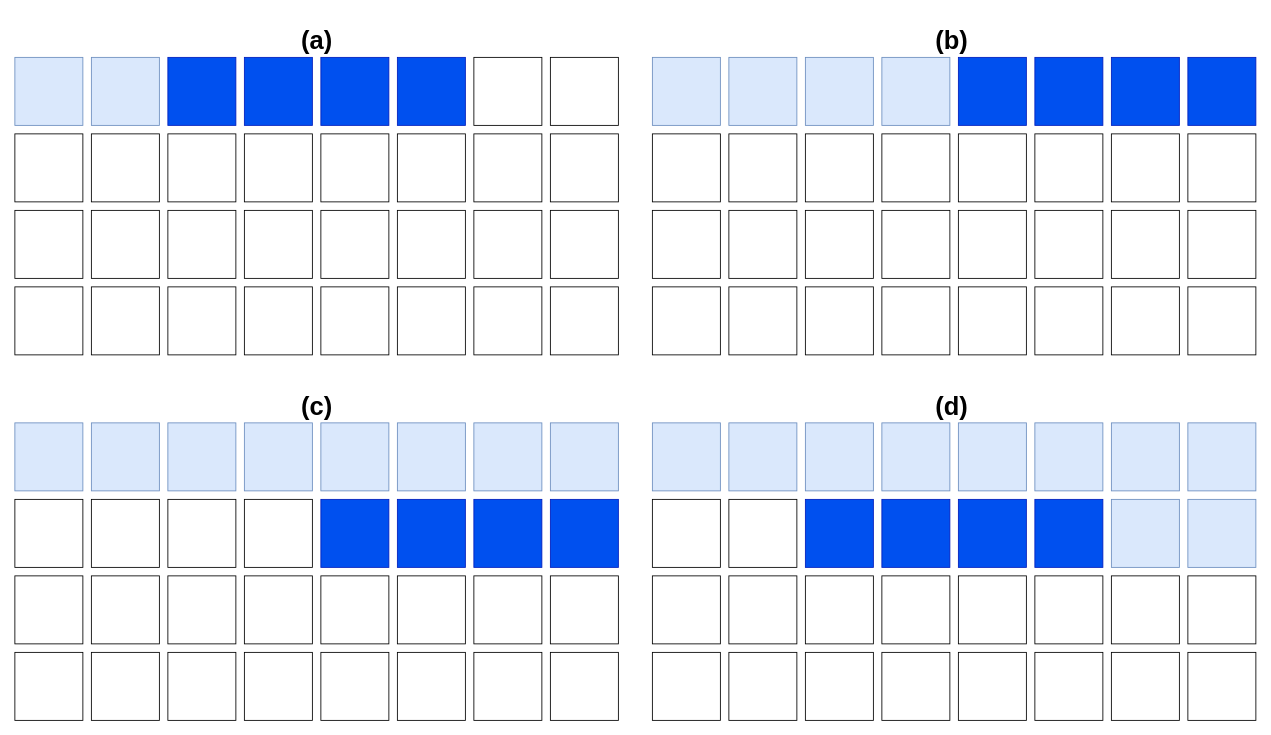
Mast3rwaf1z/p4 keeps this draw.io diagram as figures/pushbroom.drawio. Above is the earlier version. Source tidied: cells renumbered, new cells numbered last; positions are measured from the earlier drawing's top-left corner, leaving out a move shared by most shapes. Both pictures are drawn from the tidied source at 85%, with x=0, y=0 at pixel (14, 14).
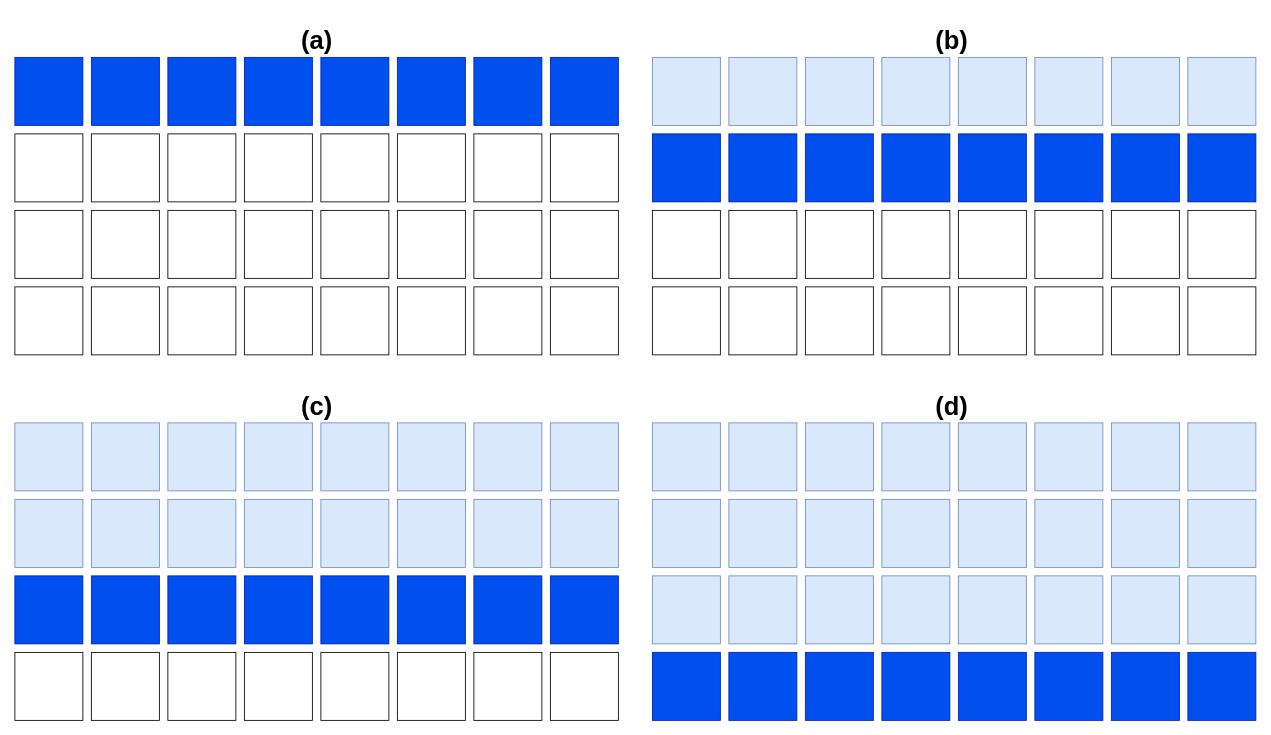
Above is the later version.

Diff of the diagram source:
```diff
@@
-    <mxCell id="2" style="whiteSpace=wrap;html=1;fillColor=#dae8fc;strokeColor=#6c8ebf;" parent="1" vertex="1">
+    <mxCell id="2" style="whiteSpace=wrap;html=1;fillColor=#0050ef;fontColor=#ffffff;strokeColor=#001DBC;" parent="1" vertex="1">
       <mxGeometry y="50" width="80" height="80" as="geometry" />
     </mxCell>
-    <mxCell id="3" style="whiteSpace=wrap;html=1;fillColor=#dae8fc;strokeColor=#6c8ebf;" parent="1" vertex="1">
+    <mxCell id="3" style="whiteSpace=wrap;html=1;fillColor=#0050ef;fontColor=#ffffff;strokeColor=#001DBC;" parent="1" vertex="1">
       <mxGeometry x="90" y="50" width="80" height="80" as="geometry" />
     </mxCell>
-    <mxCell id="4" style="whiteSpace=wrap;html=1;fillColor=#0050ef;strokeColor=#001DBC;fontColor=#ffffff;" parent="1" vertex="1">
+    <mxCell id="4" style="whiteSpace=wrap;html=1;fillColor=#0050ef;fontColor=#ffffff;strokeColor=#001DBC;" parent="1" vertex="1">
       <mxGeometry x="180" y="50" width="80" height="80" as="geometry" />
     </mxCell>
-    <mxCell id="5" style="whiteSpace=wrap;html=1;fillColor=#0050ef;strokeColor=#001DBC;fontColor=#ffffff;" parent="1" vertex="1">
+    <mxCell id="5" style="whiteSpace=wrap;html=1;fillColor=#0050ef;fontColor=#ffffff;strokeColor=#001DBC;" parent="1" vertex="1">
       <mxGeometry x="270" y="50" width="80" height="80" as="geometry" />
     </mxCell>
@@
-    <mxCell id="8" style="whiteSpace=wrap;html=1;" parent="1" vertex="1">
+    <mxCell id="8" style="whiteSpace=wrap;html=1;fillColor=#0050ef;fontColor=#ffffff;strokeColor=#001DBC;" parent="1" vertex="1">
       <mxGeometry x="540" y="50" width="80" height="80" as="geometry" />
     </mxCell>
-    <mxCell id="9" style="whiteSpace=wrap;html=1;" parent="1" vertex="1">
+    <mxCell id="9" style="whiteSpace=wrap;html=1;fillColor=#0050ef;fontColor=#ffffff;strokeColor=#001DBC;" parent="1" vertex="1">
       <mxGeometry x="630" y="50" width="80" height="80" as="geometry" />
     </mxCell>
@@
-    <mxCell id="38" style="whiteSpace=wrap;html=1;fillColor=#0050ef;strokeColor=#001DBC;fontColor=#ffffff;" parent="1" vertex="1">
+    <mxCell id="38" style="whiteSpace=wrap;html=1;fillColor=#dae8fc;strokeColor=#6c8ebf;" parent="1" vertex="1">
       <mxGeometry x="1110" y="50" width="80" height="80" as="geometry" />
     </mxCell>
-    <mxCell id="39" style="whiteSpace=wrap;html=1;fillColor=#0050ef;strokeColor=#001DBC;fontColor=#ffffff;" parent="1" vertex="1">
+    <mxCell id="39" style="whiteSpace=wrap;html=1;fillColor=#dae8fc;strokeColor=#6c8ebf;" parent="1" vertex="1">
       <mxGeometry x="1200" y="50" width="80" height="80" as="geometry" />
     </mxCell>
-    <mxCell id="40" style="whiteSpace=wrap;html=1;fillColor=#0050ef;strokeColor=#001DBC;fontColor=#ffffff;" parent="1" vertex="1">
+    <mxCell id="40" style="whiteSpace=wrap;html=1;fillColor=#dae8fc;strokeColor=#6c8ebf;" parent="1" vertex="1">
       <mxGeometry x="1290" y="50" width="80" height="80" as="geometry" />
     </mxCell>
-    <mxCell id="41" style="whiteSpace=wrap;html=1;fillColor=#0050ef;strokeColor=#001DBC;fontColor=#ffffff;" parent="1" vertex="1">
+    <mxCell id="41" style="whiteSpace=wrap;html=1;fillColor=#dae8fc;strokeColor=#6c8ebf;" parent="1" vertex="1">
       <mxGeometry x="1380" y="50" width="80" height="80" as="geometry" />
     </mxCell>
-    <mxCell id="42" style="whiteSpace=wrap;html=1;" parent="1" vertex="1">
+    <mxCell id="42" style="whiteSpace=wrap;html=1;fillColor=#0050ef;fontColor=#ffffff;strokeColor=#001DBC;" parent="1" vertex="1">
       <mxGeometry x="750" y="140" width="80" height="80" as="geometry" />
     </mxCell>
-    <mxCell id="43" style="whiteSpace=wrap;html=1;" parent="1" vertex="1">
+    <mxCell id="43" style="whiteSpace=wrap;html=1;fillColor=#0050ef;fontColor=#ffffff;strokeColor=#001DBC;" parent="1" vertex="1">
       <mxGeometry x="840" y="140" width="80" height="80" as="geometry" />
     </mxCell>
-    <mxCell id="44" style="whiteSpace=wrap;html=1;" parent="1" vertex="1">
+    <mxCell id="44" style="whiteSpace=wrap;html=1;fillColor=#0050ef;fontColor=#ffffff;strokeColor=#001DBC;" parent="1" vertex="1">
       <mxGeometry x="930" y="140" width="80" height="80" as="geometry" />
     </mxCell>
-    <mxCell id="45" style="whiteSpace=wrap;html=1;" parent="1" vertex="1">
+    <mxCell id="45" style="whiteSpace=wrap;html=1;fillColor=#0050ef;fontColor=#ffffff;strokeColor=#001DBC;" parent="1" vertex="1">
       <mxGeometry x="1020" y="140" width="80" height="80" as="geometry" />
     </mxCell>
-    <mxCell id="46" style="whiteSpace=wrap;html=1;" parent="1" vertex="1">
+    <mxCell id="46" style="whiteSpace=wrap;html=1;fillColor=#0050ef;fontColor=#ffffff;strokeColor=#001DBC;" parent="1" vertex="1">
       <mxGeometry x="1110" y="140" width="80" height="80" as="geometry" />
     </mxCell>
-    <mxCell id="47" style="whiteSpace=wrap;html=1;" parent="1" vertex="1">
+    <mxCell id="47" style="whiteSpace=wrap;html=1;fillColor=#0050ef;fontColor=#ffffff;strokeColor=#001DBC;" parent="1" vertex="1">
       <mxGeometry x="1200" y="140" width="80" height="80" as="geometry" />
     </mxCell>
-    <mxCell id="48" style="whiteSpace=wrap;html=1;" parent="1" vertex="1">
+    <mxCell id="48" style="whiteSpace=wrap;html=1;fillColor=#0050ef;fontColor=#ffffff;strokeColor=#001DBC;" parent="1" vertex="1">
       <mxGeometry x="1290" y="140" width="80" height="80" as="geometry" />
     </mxCell>
-    <mxCell id="49" style="whiteSpace=wrap;html=1;" parent="1" vertex="1">
+    <mxCell id="49" style="whiteSpace=wrap;html=1;fillColor=#0050ef;fontColor=#ffffff;strokeColor=#001DBC;" parent="1" vertex="1">
       <mxGeometry x="1380" y="140" width="80" height="80" as="geometry" />
     </mxCell>
@@
-    <mxCell id="74" style="whiteSpace=wrap;html=1;" parent="1" vertex="1">
+    <mxCell id="74" style="whiteSpace=wrap;html=1;fillColor=#dae8fc;strokeColor=#6c8ebf;" parent="1" vertex="1">
       <mxGeometry y="570" width="80" height="80" as="geometry" />
     </mxCell>
-    <mxCell id="75" style="whiteSpace=wrap;html=1;" parent="1" vertex="1">
+    <mxCell id="75" style="whiteSpace=wrap;html=1;fillColor=#dae8fc;strokeColor=#6c8ebf;" parent="1" vertex="1">
       <mxGeometry x="90" y="570" width="80" height="80" as="geometry" />
     </mxCell>
-    <mxCell id="76" style="whiteSpace=wrap;html=1;" parent="1" vertex="1">
+    <mxCell id="76" style="whiteSpace=wrap;html=1;fillColor=#dae8fc;strokeColor=#6c8ebf;" parent="1" vertex="1">
       <mxGeometry x="180" y="570" width="80" height="80" as="geometry" />
     </mxCell>
-    <mxCell id="77" style="whiteSpace=wrap;html=1;" parent="1" vertex="1">
+    <mxCell id="77" style="whiteSpace=wrap;html=1;fillColor=#dae8fc;strokeColor=#6c8ebf;" parent="1" vertex="1">
       <mxGeometry x="270" y="570" width="80" height="80" as="geometry" />
     </mxCell>
-    <mxCell id="78" style="whiteSpace=wrap;html=1;fillColor=#0050ef;fontColor=#ffffff;strokeColor=#001DBC;" parent="1" vertex="1">
+    <mxCell id="78" style="whiteSpace=wrap;html=1;fillColor=#dae8fc;strokeColor=#6c8ebf;" parent="1" vertex="1">
       <mxGeometry x="360" y="570" width="80" height="80" as="geometry" />
     </mxCell>
-    <mxCell id="79" style="whiteSpace=wrap;html=1;fillColor=#0050ef;fontColor=#ffffff;strokeColor=#001DBC;" parent="1" vertex="1">
+    <mxCell id="79" style="whiteSpace=wrap;html=1;fillColor=#dae8fc;strokeColor=#6c8ebf;" parent="1" vertex="1">
       <mxGeometry x="450" y="570" width="80" height="80" as="geometry" />
     </mxCell>
-    <mxCell id="80" style="whiteSpace=wrap;html=1;fillColor=#0050ef;fontColor=#ffffff;strokeColor=#001DBC;" parent="1" vertex="1">
+    <mxCell id="80" style="whiteSpace=wrap;html=1;fillColor=#dae8fc;strokeColor=#6c8ebf;" parent="1" vertex="1">
       <mxGeometry x="540" y="570" width="80" height="80" as="geometry" />
     </mxCell>
-    <mxCell id="81" style="whiteSpace=wrap;html=1;fillColor=#0050ef;fontColor=#ffffff;strokeColor=#001DBC;" parent="1" vertex="1">
+    <mxCell id="81" style="whiteSpace=wrap;html=1;fillColor=#dae8fc;strokeColor=#6c8ebf;" parent="1" vertex="1">
       <mxGeometry x="630" y="570" width="80" height="80" as="geometry" />
     </mxCell>
-    <mxCell id="82" style="whiteSpace=wrap;html=1;" parent="1" vertex="1">
+    <mxCell id="82" style="whiteSpace=wrap;html=1;fillColor=#0050ef;fontColor=#ffffff;strokeColor=#001DBC;" parent="1" vertex="1">
       <mxGeometry y="660" width="80" height="80" as="geometry" />
     </mxCell>
-    <mxCell id="83" style="whiteSpace=wrap;html=1;" parent="1" vertex="1">
+    <mxCell id="83" style="whiteSpace=wrap;html=1;fillColor=#0050ef;fontColor=#ffffff;strokeColor=#001DBC;" parent="1" vertex="1">
       <mxGeometry x="90" y="660" width="80" height="80" as="geometry" />
     </mxCell>
-    <mxCell id="84" style="whiteSpace=wrap;html=1;" parent="1" vertex="1">
+    <mxCell id="84" style="whiteSpace=wrap;html=1;fillColor=#0050ef;fontColor=#ffffff;strokeColor=#001DBC;" parent="1" vertex="1">
       <mxGeometry x="180" y="660" width="80" height="80" as="geometry" />
     </mxCell>
-    <mxCell id="85" style="whiteSpace=wrap;html=1;" parent="1" vertex="1">
+    <mxCell id="85" style="whiteSpace=wrap;html=1;fillColor=#0050ef;fontColor=#ffffff;strokeColor=#001DBC;" parent="1" vertex="1">
       <mxGeometry x="270" y="660" width="80" height="80" as="geometry" />
     </mxCell>
-    <mxCell id="86" style="whiteSpace=wrap;html=1;" parent="1" vertex="1">
+    <mxCell id="86" style="whiteSpace=wrap;html=1;fillColor=#0050ef;fontColor=#ffffff;strokeColor=#001DBC;" parent="1" vertex="1">
       <mxGeometry x="360" y="660" width="80" height="80" as="geometry" />
     </mxCell>
-    <mxCell id="87" style="whiteSpace=wrap;html=1;" parent="1" vertex="1">
+    <mxCell id="87" style="whiteSpace=wrap;html=1;fillColor=#0050ef;fontColor=#ffffff;strokeColor=#001DBC;" parent="1" vertex="1">
       <mxGeometry x="450" y="660" width="80" height="80" as="geometry" />
     </mxCell>
-    <mxCell id="88" style="whiteSpace=wrap;html=1;" parent="1" vertex="1">
+    <mxCell id="88" style="whiteSpace=wrap;html=1;fillColor=#0050ef;fontColor=#ffffff;strokeColor=#001DBC;" parent="1" vertex="1">
       <mxGeometry x="540" y="660" width="80" height="80" as="geometry" />
     </mxCell>
-    <mxCell id="89" style="whiteSpace=wrap;html=1;" parent="1" vertex="1">
+    <mxCell id="89" style="whiteSpace=wrap;html=1;fillColor=#0050ef;fontColor=#ffffff;strokeColor=#001DBC;" parent="1" vertex="1">
       <mxGeometry x="630" y="660" width="80" height="80" as="geometry" />
     </mxCell>
@@
-    <mxCell id="106" style="whiteSpace=wrap;html=1;" parent="1" vertex="1">
+    <mxCell id="106" style="whiteSpace=wrap;html=1;fillColor=#dae8fc;strokeColor=#6c8ebf;" parent="1" vertex="1">
       <mxGeometry x="750" y="570" width="80" height="80" as="geometry" />
     </mxCell>
-    <mxCell id="107" style="whiteSpace=wrap;html=1;" parent="1" vertex="1">
+    <mxCell id="107" style="whiteSpace=wrap;html=1;fillColor=#dae8fc;strokeColor=#6c8ebf;" parent="1" vertex="1">
       <mxGeometry x="840" y="570" width="80" height="80" as="geometry" />
     </mxCell>
-    <mxCell id="108" style="whiteSpace=wrap;html=1;fillColor=#0050ef;fontColor=#ffffff;strokeColor=#001DBC;" parent="1" vertex="1">
+    <mxCell id="108" style="whiteSpace=wrap;html=1;fillColor=#dae8fc;strokeColor=#6c8ebf;" parent="1" vertex="1">
       <mxGeometry x="930" y="570" width="80" height="80" as="geometry" />
     </mxCell>
-    <mxCell id="109" style="whiteSpace=wrap;html=1;fillColor=#0050ef;fontColor=#ffffff;strokeColor=#001DBC;" parent="1" vertex="1">
+    <mxCell id="109" style="whiteSpace=wrap;html=1;fillColor=#dae8fc;strokeColor=#6c8ebf;" parent="1" vertex="1">
       <mxGeometry x="1020" y="570" width="80" height="80" as="geometry" />
     </mxCell>
-    <mxCell id="110" style="whiteSpace=wrap;html=1;fillColor=#0050ef;fontColor=#ffffff;strokeColor=#001DBC;" parent="1" vertex="1">
+    <mxCell id="110" style="whiteSpace=wrap;html=1;fillColor=#dae8fc;strokeColor=#6c8ebf;" parent="1" vertex="1">
       <mxGeometry x="1110" y="570" width="80" height="80" as="geometry" />
     </mxCell>
-    <mxCell id="111" style="whiteSpace=wrap;html=1;fillColor=#0050ef;fontColor=#ffffff;strokeColor=#001DBC;" parent="1" vertex="1">
+    <mxCell id="111" style="whiteSpace=wrap;html=1;fillColor=#dae8fc;strokeColor=#6c8ebf;" parent="1" vertex="1">
       <mxGeometry x="1200" y="570" width="80" height="80" as="geometry" />
     </mxCell>
@@
-    <mxCell id="114" style="whiteSpace=wrap;html=1;" parent="1" vertex="1">
+    <mxCell id="114" style="whiteSpace=wrap;html=1;fillColor=#dae8fc;strokeColor=#6c8ebf;" parent="1" vertex="1">
       <mxGeometry x="750" y="660" width="80" height="80" as="geometry" />
     </mxCell>
-    <mxCell id="115" style="whiteSpace=wrap;html=1;" parent="1" vertex="1">
+    <mxCell id="115" style="whiteSpace=wrap;html=1;fillColor=#dae8fc;strokeColor=#6c8ebf;" parent="1" vertex="1">
       <mxGeometry x="840" y="660" width="80" height="80" as="geometry" />
     </mxCell>
-    <mxCell id="116" style="whiteSpace=wrap;html=1;" parent="1" vertex="1">
+    <mxCell id="116" style="whiteSpace=wrap;html=1;fillColor=#dae8fc;strokeColor=#6c8ebf;" parent="1" vertex="1">
       <mxGeometry x="930" y="660" width="80" height="80" as="geometry" />
     </mxCell>
-    <mxCell id="117" style="whiteSpace=wrap;html=1;" parent="1" vertex="1">
+    <mxCell id="117" style="whiteSpace=wrap;html=1;fillColor=#dae8fc;strokeColor=#6c8ebf;" parent="1" vertex="1">
       <mxGeometry x="1020" y="660" width="80" height="80" as="geometry" />
     </mxCell>
-    <mxCell id="118" style="whiteSpace=wrap;html=1;" parent="1" vertex="1">
+    <mxCell id="118" style="whiteSpace=wrap;html=1;fillColor=#dae8fc;strokeColor=#6c8ebf;" parent="1" vertex="1">
       <mxGeometry x="1110" y="660" width="80" height="80" as="geometry" />
     </mxCell>
-    <mxCell id="119" style="whiteSpace=wrap;html=1;" parent="1" vertex="1">
+    <mxCell id="119" style="whiteSpace=wrap;html=1;fillColor=#dae8fc;strokeColor=#6c8ebf;" parent="1" vertex="1">
       <mxGeometry x="1200" y="660" width="80" height="80" as="geometry" />
     </mxCell>
-    <mxCell id="120" style="whiteSpace=wrap;html=1;" parent="1" vertex="1">
+    <mxCell id="120" style="whiteSpace=wrap;html=1;fillColor=#dae8fc;strokeColor=#6c8ebf;" parent="1" vertex="1">
       <mxGeometry x="1290" y="660" width="80" height="80" as="geometry" />
     </mxCell>
-    <mxCell id="121" style="whiteSpace=wrap;html=1;" parent="1" vertex="1">
+    <mxCell id="121" style="whiteSpace=wrap;html=1;fillColor=#dae8fc;strokeColor=#6c8ebf;" parent="1" vertex="1">
       <mxGeometry x="1380" y="660" width="80" height="80" as="geometry" />
     </mxCell>
-    <mxCell id="122" style="whiteSpace=wrap;html=1;" parent="1" vertex="1">
+    <mxCell id="122" style="whiteSpace=wrap;html=1;fillColor=#0050ef;fontColor=#ffffff;strokeColor=#001DBC;" parent="1" vertex="1">
       <mxGeometry x="750" y="750" width="80" height="80" as="geometry" />
     </mxCell>
-    <mxCell id="123" style="whiteSpace=wrap;html=1;" parent="1" vertex="1">
+    <mxCell id="123" style="whiteSpace=wrap;html=1;fillColor=#0050ef;fontColor=#ffffff;strokeColor=#001DBC;" parent="1" vertex="1">
       <mxGeometry x="840" y="750" width="80" height="80" as="geometry" />
     </mxCell>
-    <mxCell id="124" style="whiteSpace=wrap;html=1;" parent="1" vertex="1">
+    <mxCell id="124" style="whiteSpace=wrap;html=1;fillColor=#0050ef;fontColor=#ffffff;strokeColor=#001DBC;" parent="1" vertex="1">
       <mxGeometry x="930" y="750" width="80" height="80" as="geometry" />
     </mxCell>
-    <mxCell id="125" style="whiteSpace=wrap;html=1;" parent="1" vertex="1">
+    <mxCell id="125" style="whiteSpace=wrap;html=1;fillColor=#0050ef;fontColor=#ffffff;strokeColor=#001DBC;" parent="1" vertex="1">
       <mxGeometry x="1020" y="750" width="80" height="80" as="geometry" />
     </mxCell>
-    <mxCell id="126" style="whiteSpace=wrap;html=1;" parent="1" vertex="1">
+    <mxCell id="126" style="whiteSpace=wrap;html=1;fillColor=#0050ef;fontColor=#ffffff;strokeColor=#001DBC;" parent="1" vertex="1">
       <mxGeometry x="1110" y="750" width="80" height="80" as="geometry" />
     </mxCell>
-    <mxCell id="127" style="whiteSpace=wrap;html=1;" parent="1" vertex="1">
+    <mxCell id="127" style="whiteSpace=wrap;html=1;fillColor=#0050ef;fontColor=#ffffff;strokeColor=#001DBC;" parent="1" vertex="1">
       <mxGeometry x="1200" y="750" width="80" height="80" as="geometry" />
     </mxCell>
-    <mxCell id="128" style="whiteSpace=wrap;html=1;" parent="1" vertex="1">
+    <mxCell id="128" style="whiteSpace=wrap;html=1;fillColor=#0050ef;fontColor=#ffffff;strokeColor=#001DBC;" parent="1" vertex="1">
       <mxGeometry x="1290" y="750" width="80" height="80" as="geometry" />
     </mxCell>
-    <mxCell id="129" style="whiteSpace=wrap;html=1;" parent="1" vertex="1">
+    <mxCell id="129" style="whiteSpace=wrap;html=1;fillColor=#0050ef;fontColor=#ffffff;strokeColor=#001DBC;" parent="1" vertex="1">
       <mxGeometry x="1380" y="750" width="80" height="80" as="geometry" />
     </mxCell>
```
